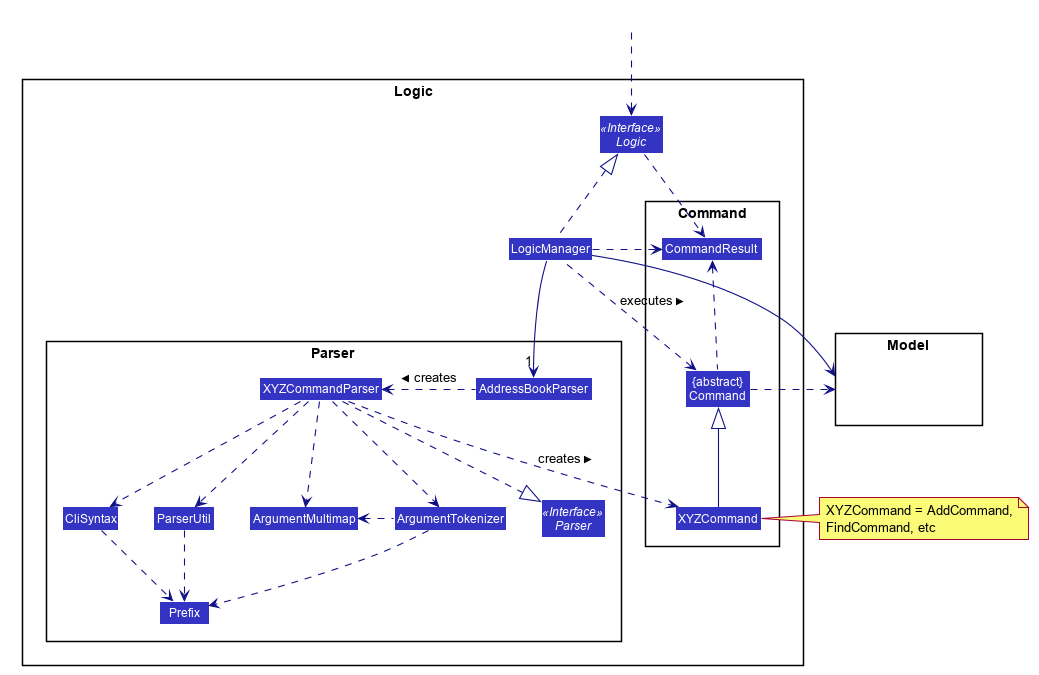
Earlier version of the PlantUML export docs/images/LogicClassDiagram.png (nus-cs2103-AY1920S2/addressbook-level3).
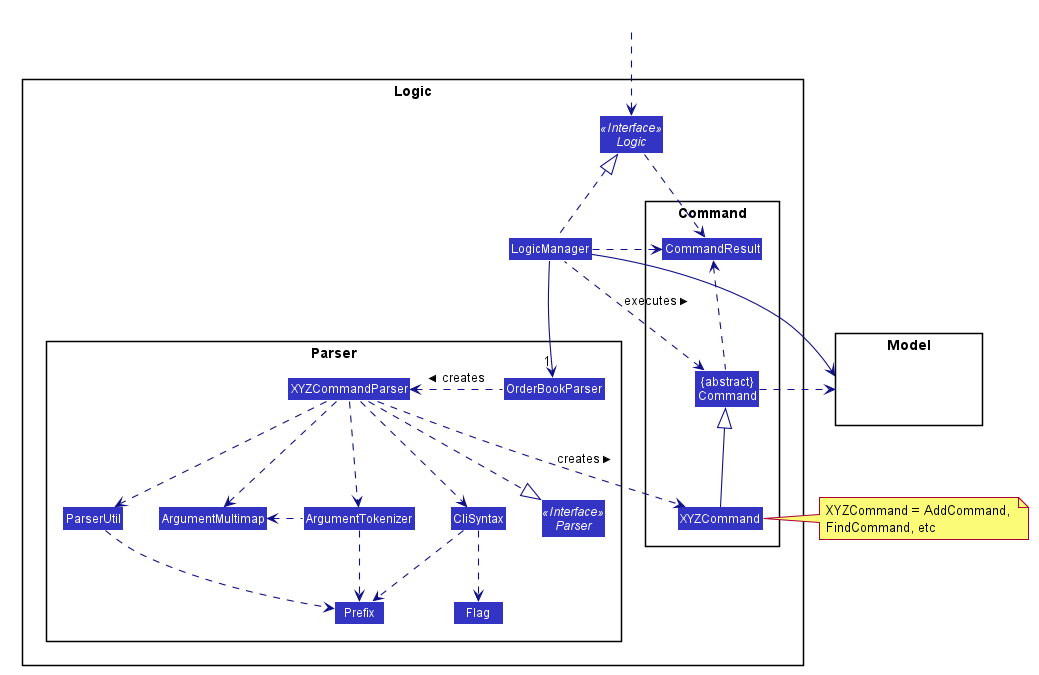
After the commit.

Commit message:
Update the flag class in LogicClassDiagram uml diagram.

The edit, as a diff of the source:
```diff
@@ -55,13 +55,14 @@
 
 package Parser {
 Interface Parser <<Interface>>
-Class AddressBookParser
+Class OrderBookParser
 Class XYZCommandParser
 Class CliSyntax
 Class ParserUtil
 Class ArgumentMultimap
 Class ArgumentTokenizer
 Class Prefix
+Class Flag
 }
 
 package Command {
@@ -82,8 +83,8 @@
 HiddenOutside ..> Logic
 
 LogicManager .up.|> Logic
-LogicManager -->"1" AddressBookParser
-AddressBookParser .left.> XYZCommandParser: creates >
+LogicManager -->"1" OrderBookParser
+OrderBookParser .left.> XYZCommandParser: creates >
 
 XYZCommandParser ..> XYZCommand : creates >
 XYZCommandParser ..|> Parser
@@ -92,6 +93,7 @@
 ArgumentTokenizer .left.> ArgumentMultimap
 XYZCommandParser ..> CliSyntax
 CliSyntax ..> Prefix
+CliSyntax ..> Flag
 XYZCommandParser ..> ParserUtil
 ParserUtil .down.> Prefix
 ArgumentTokenizer .down.> Prefix
```
